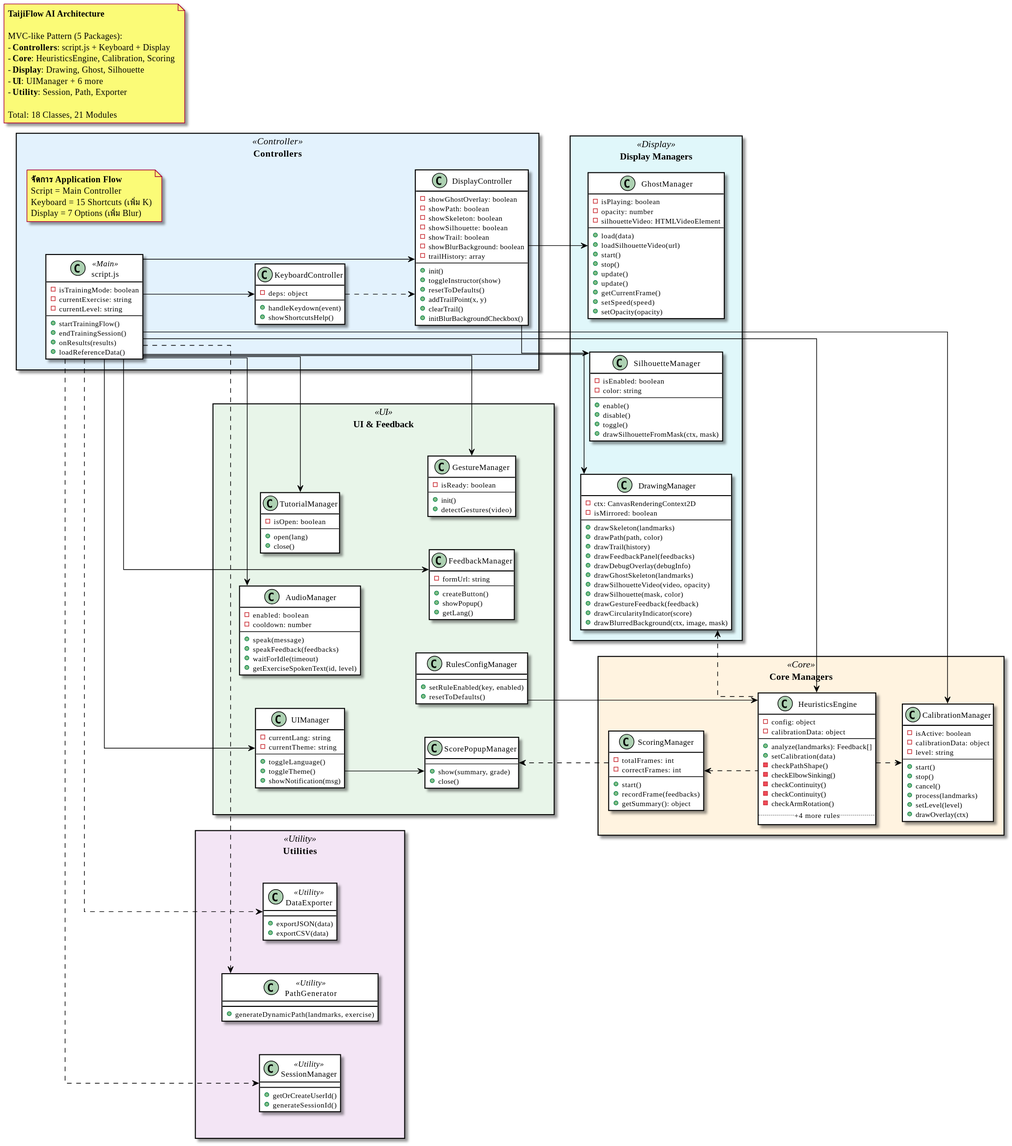
This is out/docs/diagrams/ClassDiagram/TaijiFlow_Class_Diagram.svg from vyut/TaijiFlow, a PlantUML export, as it was before one commit.
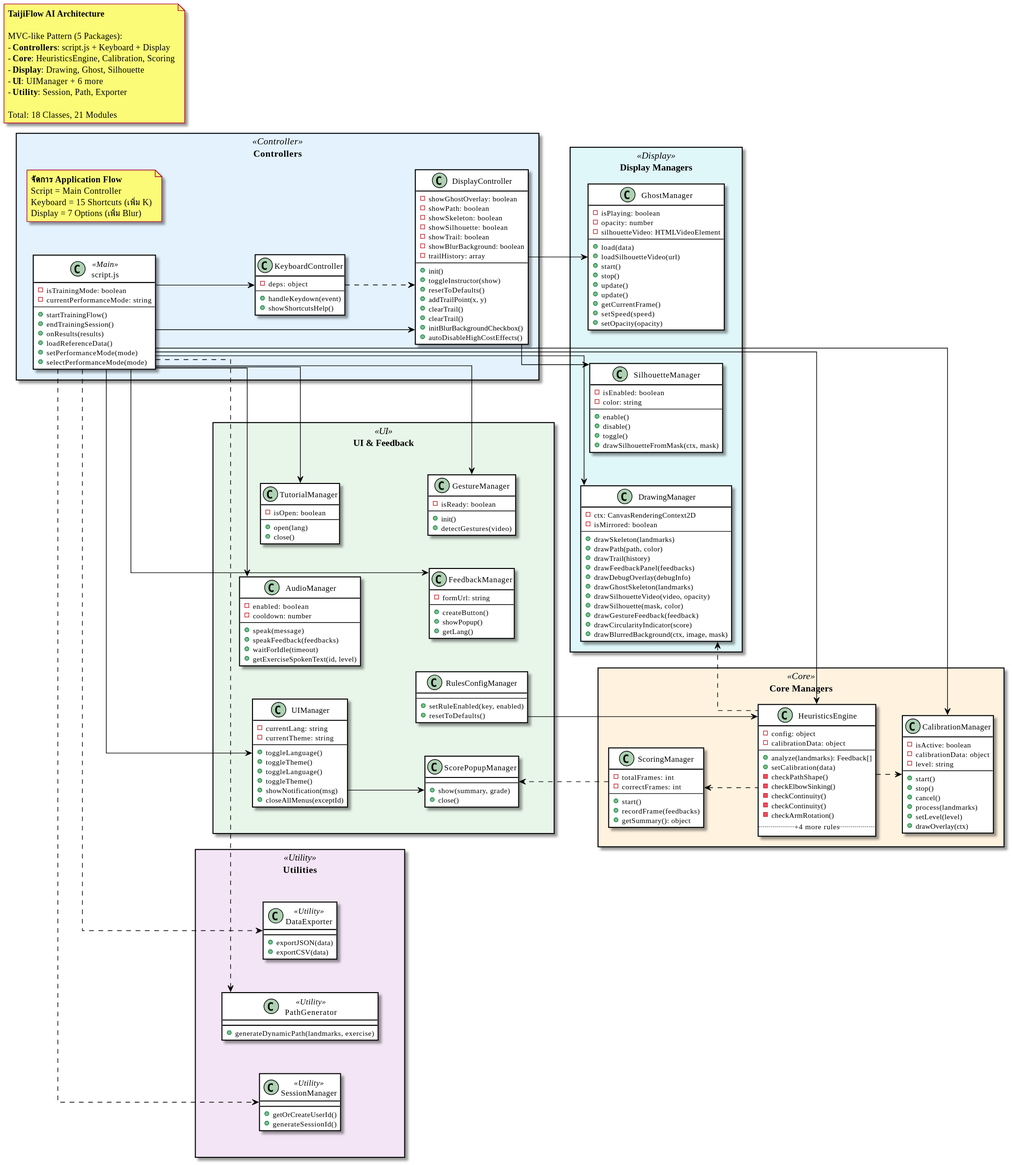
The same diagram one commit later.

Diff of the diagram source:
```diff
@@ -25,13 +25,14 @@
 package "Controllers" <<Controller>> {
     class "script.js" as Script <<Main>> {
         - isTrainingMode: boolean
-        - currentExercise: string
-        - currentLevel: string
+        - currentPerformanceMode: string
         --
         + startTrainingFlow()
         + endTrainingSession()
         + onResults(results)
         + loadReferenceData()
+        + setPerformanceMode(mode)
+        + selectPerformanceMode(mode)
     }
 
     class KeyboardController {
@@ -55,7 +56,9 @@
         + resetToDefaults()
         + addTrailPoint(x, y)
         + clearTrail()
+        + clearTrail()
         + initBlurBackgroundCheckbox()
+        + autoDisableHighCostEffects()
     }
 
     note as NC
@@ -163,7 +166,10 @@
             --
             + toggleLanguage()
             + toggleTheme()
+            + toggleLanguage()
+            + toggleTheme()
             + showNotification(msg)
+            + closeAllMenus(exceptId)
         }
 
         class AudioManager {
```
